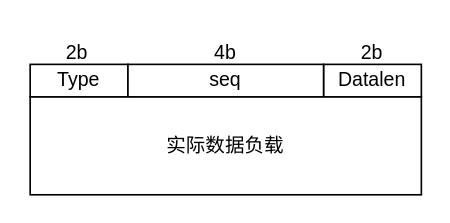
Above: grad-design/协议.drawio in aluebo/draw.io (draw.io), before the change. Source tidied: cells renumbered, new cells numbered last; positions are measured from the earlier drawing's top-left corner, leaving out a move shared by most shapes. Both pictures are drawn from the tidied source at 163%, with x=0, y=0 at pixel (28, 28).
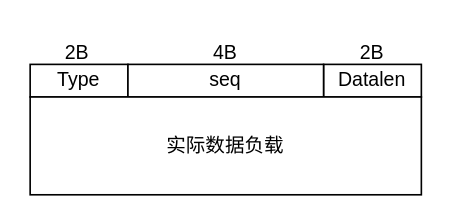
Above is the later version.

Diff of the diagram source:
```diff
@@
 <mxGraphModel>
   <root>
     <mxCell id="0" />
     <mxCell id="1" parent="0" />
     <mxCell id="2" value="Type" style="rounded=0;whiteSpace=wrap;html=1;" parent="1" vertex="1">
       <mxGeometry x="1" y="22" width="60" height="20" as="geometry" />
     </mxCell>
     <mxCell id="3" value="Datalen" style="rounded=0;whiteSpace=wrap;html=1;" parent="1" vertex="1">
       <mxGeometry x="181" y="22" width="60" height="20" as="geometry" />
     </mxCell>
     <mxCell id="4" value="seq" style="rounded=0;whiteSpace=wrap;html=1;" parent="1" vertex="1">
       <mxGeometry x="61" y="22" width="120" height="20" as="geometry" />
     </mxCell>
     <mxCell id="5" value="实际数据负载" style="rounded=0;whiteSpace=wrap;html=1;" parent="1" vertex="1">
       <mxGeometry x="1" y="42" width="240" height="60" as="geometry" />
     </mxCell>
-    <mxCell id="6" value="2b" style="text;html=1;whiteSpace=wrap;strokeColor=none;fillColor=none;align=center;verticalAlign=middle;rounded=0;" parent="1" vertex="1">
+    <mxCell id="6" value="2B" style="text;html=1;whiteSpace=wrap;strokeColor=none;fillColor=none;align=center;verticalAlign=middle;rounded=0;" parent="1" vertex="1">
       <mxGeometry width="60" height="30" as="geometry" />
     </mxCell>
-    <mxCell id="7" value="4b" style="text;html=1;whiteSpace=wrap;strokeColor=none;fillColor=none;align=center;verticalAlign=middle;rounded=0;" parent="1" vertex="1">
+    <mxCell id="7" value="4B" style="text;html=1;whiteSpace=wrap;strokeColor=none;fillColor=none;align=center;verticalAlign=middle;rounded=0;" parent="1" vertex="1">
       <mxGeometry x="91" width="60" height="30" as="geometry" />
     </mxCell>
-    <mxCell id="8" value="2b" style="text;html=1;whiteSpace=wrap;strokeColor=none;fillColor=none;align=center;verticalAlign=middle;rounded=0;" parent="1" vertex="1">
+    <mxCell id="8" value="2B" style="text;html=1;whiteSpace=wrap;strokeColor=none;fillColor=none;align=center;verticalAlign=middle;rounded=0;" parent="1" vertex="1">
       <mxGeometry x="181" width="60" height="30" as="geometry" />
     </mxCell>
   </root>
 </mxGraphModel>
```
